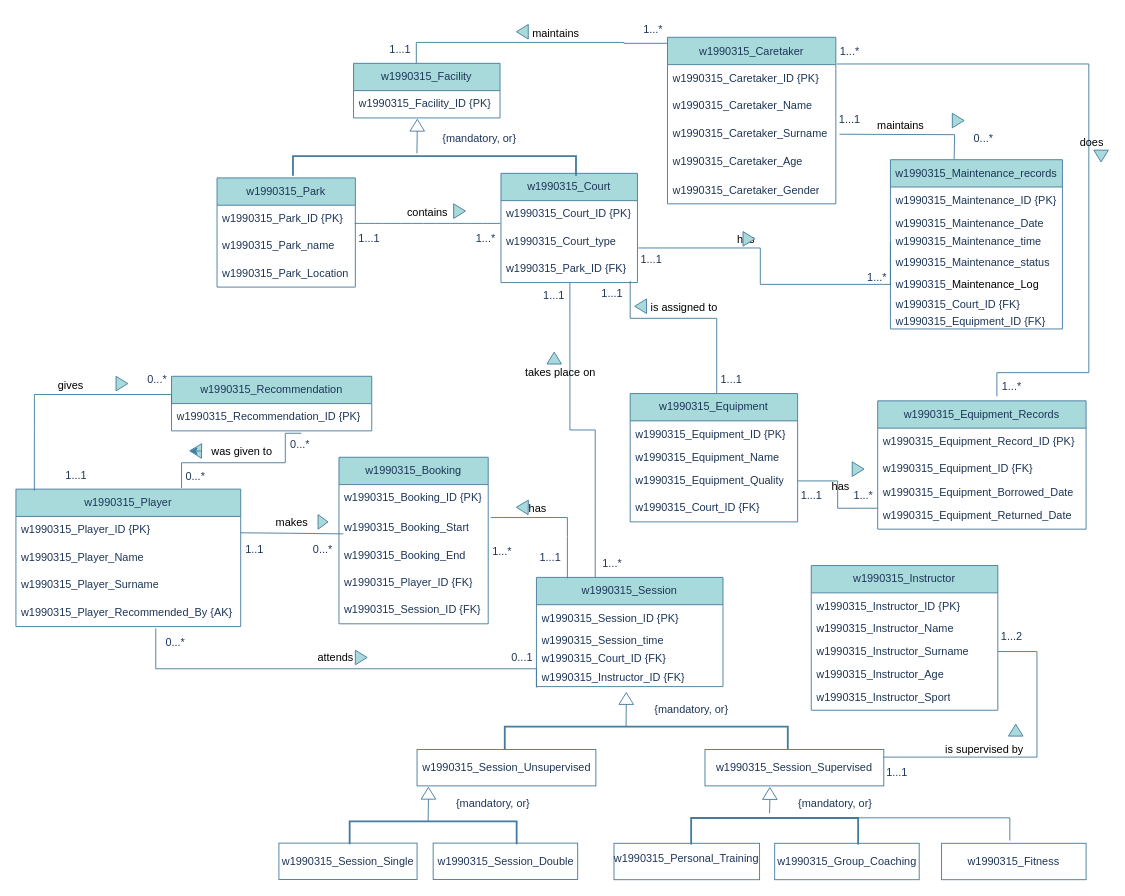
Before: page "Kopia Strona-1" (2 of 3) of DB_cwk.drawio in frajdzia/DB_cwk, a draw.io diagram. Source tidied: cells renumbered, new cells numbered last; positions are measured from the earlier drawing's top-left corner, leaving out a move shared by most shapes. Both pictures are drawn from the tidied source at 91%, with x=0, y=0 at pixel (15, 15).
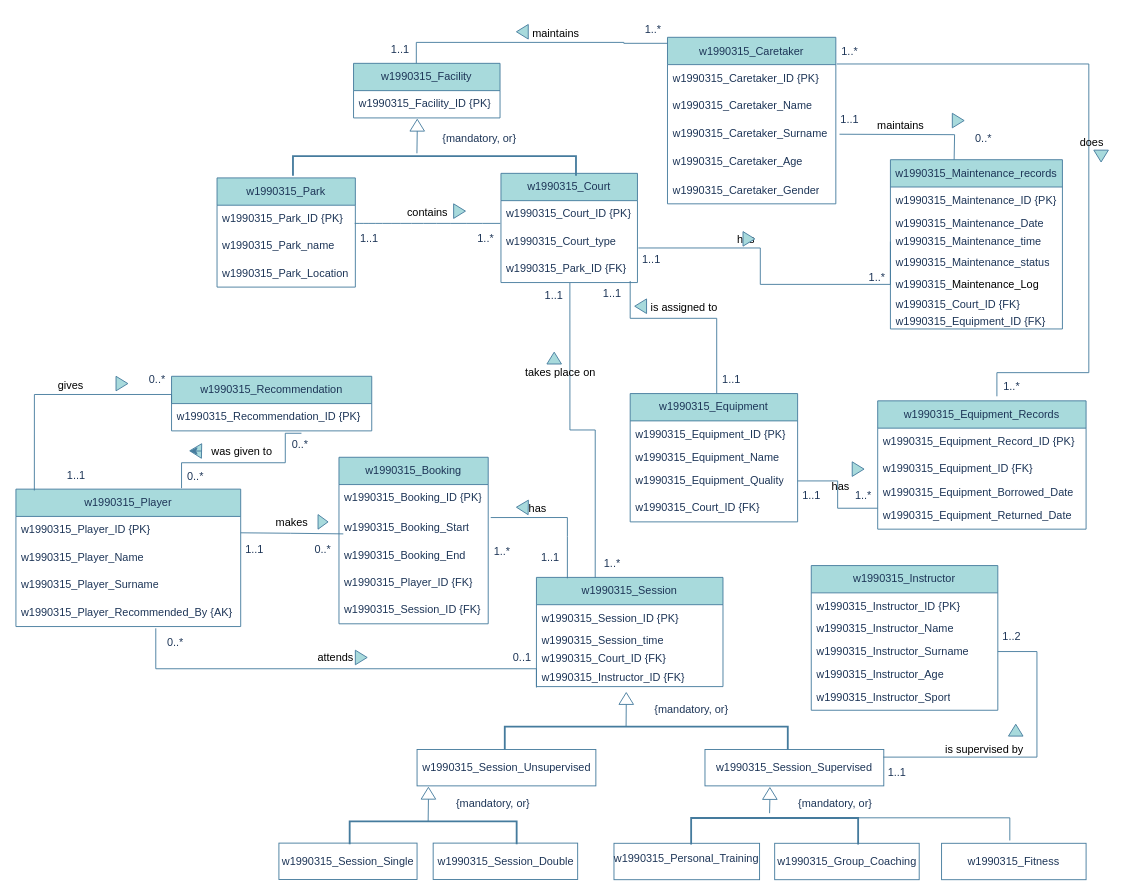
After the change.

The edit, as a diff of the source:
```diff
@@
-    <mxCell id="92" value="1...1" style="text;html=1;align=center;verticalAlign=middle;whiteSpace=wrap;rounded=0;labelBackgroundColor=none;fontColor=#1D3557;" parent="1" vertex="1">
+    <mxCell id="92" value="1..1" style="text;html=1;align=center;verticalAlign=middle;whiteSpace=wrap;rounded=0;labelBackgroundColor=none;fontColor=#1D3557;" parent="1" vertex="1">
       <mxGeometry x="373" y="230" width="31" height="30" as="geometry" />
     </mxCell>
-    <mxCell id="93" value="1...*" style="text;html=1;align=center;verticalAlign=middle;whiteSpace=wrap;rounded=0;labelBackgroundColor=none;fontColor=#1D3557;" parent="1" vertex="1">
+    <mxCell id="93" value="1..*" style="text;html=1;align=center;verticalAlign=middle;whiteSpace=wrap;rounded=0;labelBackgroundColor=none;fontColor=#1D3557;" parent="1" vertex="1">
       <mxGeometry x="501" y="230" width="31" height="30" as="geometry" />
     </mxCell>
-    <mxCell id="94" value="1...*" style="text;html=1;align=center;verticalAlign=middle;whiteSpace=wrap;rounded=0;labelBackgroundColor=none;fontColor=#1D3557;" parent="1" vertex="1">
+    <mxCell id="94" value="1..*" style="text;html=1;align=center;verticalAlign=middle;whiteSpace=wrap;rounded=0;labelBackgroundColor=none;fontColor=#1D3557;" parent="1" vertex="1">
       <mxGeometry x="640" y="587" width="31" height="30" as="geometry" />
     </mxCell>
-    <mxCell id="95" value="1...1" style="text;html=1;align=center;verticalAlign=middle;whiteSpace=wrap;rounded=0;labelBackgroundColor=none;fontColor=#1D3557;" parent="1" vertex="1">
+    <mxCell id="95" value="1..1" style="text;html=1;align=center;verticalAlign=middle;whiteSpace=wrap;rounded=0;labelBackgroundColor=none;fontColor=#1D3557;" parent="1" vertex="1">
       <mxGeometry x="576" y="293" width="31" height="30" as="geometry" />
     </mxCell>
-    <mxCell id="96" value="1...*" style="text;html=1;align=center;verticalAlign=middle;whiteSpace=wrap;rounded=0;labelBackgroundColor=none;fontColor=#1D3557;" parent="1" vertex="1">
+    <mxCell id="96" value="1..*" style="text;html=1;align=center;verticalAlign=middle;whiteSpace=wrap;rounded=0;labelBackgroundColor=none;fontColor=#1D3557;" parent="1" vertex="1">
       <mxGeometry x="519" y="574" width="31" height="30" as="geometry" />
     </mxCell>
-    <mxCell id="97" value="0...*" style="text;html=1;align=center;verticalAlign=middle;whiteSpace=wrap;rounded=0;labelBackgroundColor=none;fontColor=#1D3557;" parent="1" vertex="1">
+    <mxCell id="97" value="0..*" style="text;html=1;align=center;verticalAlign=middle;whiteSpace=wrap;rounded=0;labelBackgroundColor=none;fontColor=#1D3557;" parent="1" vertex="1">
       <mxGeometry x="160" y="674" width="31" height="30" as="geometry" />
     </mxCell>
-    <mxCell id="98" value="0...1" style="text;html=1;align=center;verticalAlign=middle;whiteSpace=wrap;rounded=0;labelBackgroundColor=none;fontColor=#1D3557;" parent="1" vertex="1">
+    <mxCell id="98" value="0..1" style="text;html=1;align=center;verticalAlign=middle;whiteSpace=wrap;rounded=0;labelBackgroundColor=none;fontColor=#1D3557;" parent="1" vertex="1">
       <mxGeometry x="541" y="690" width="31" height="30" as="geometry" />
     </mxCell>
@@
-    <mxCell id="100" value="0...*" style="text;html=1;align=center;verticalAlign=middle;whiteSpace=wrap;rounded=0;labelBackgroundColor=none;fontColor=#1D3557;" parent="1" vertex="1">
+    <mxCell id="100" value="0..*" style="text;html=1;align=center;verticalAlign=middle;whiteSpace=wrap;rounded=0;labelBackgroundColor=none;fontColor=#1D3557;" parent="1" vertex="1">
       <mxGeometry x="322" y="572" width="31" height="30" as="geometry" />
     </mxCell>
-    <mxCell id="101" value="0...*" style="text;html=1;align=center;verticalAlign=middle;whiteSpace=wrap;rounded=0;labelBackgroundColor=none;fontColor=#1D3557;" parent="1" vertex="1">
+    <mxCell id="101" value="0..*" style="text;html=1;align=center;verticalAlign=middle;whiteSpace=wrap;rounded=0;labelBackgroundColor=none;fontColor=#1D3557;" parent="1" vertex="1">
       <mxGeometry x="182" y="491" width="31" height="30" as="geometry" />
     </mxCell>
-    <mxCell id="102" value="0...*" style="text;html=1;align=center;verticalAlign=middle;whiteSpace=wrap;rounded=0;labelBackgroundColor=none;fontColor=#1D3557;" parent="1" vertex="1">
+    <mxCell id="102" value="0..*" style="text;html=1;align=center;verticalAlign=middle;whiteSpace=wrap;rounded=0;labelBackgroundColor=none;fontColor=#1D3557;" parent="1" vertex="1">
       <mxGeometry x="297" y="455.5" width="31" height="30" as="geometry" />
     </mxCell>
-    <mxCell id="103" value="0...*" style="text;html=1;align=center;verticalAlign=middle;whiteSpace=wrap;rounded=0;labelBackgroundColor=none;fontColor=#1D3557;" parent="1" vertex="1">
+    <mxCell id="103" value="0..*" style="text;html=1;align=center;verticalAlign=middle;whiteSpace=wrap;rounded=0;labelBackgroundColor=none;fontColor=#1D3557;" parent="1" vertex="1">
       <mxGeometry x="140" y="385" width="31" height="30" as="geometry" />
     </mxCell>
-    <mxCell id="104" value="1...1" style="text;html=1;align=center;verticalAlign=middle;whiteSpace=wrap;rounded=0;labelBackgroundColor=none;fontColor=#1D3557;" parent="1" vertex="1">
+    <mxCell id="104" value="1..1" style="text;html=1;align=center;verticalAlign=middle;whiteSpace=wrap;rounded=0;labelBackgroundColor=none;fontColor=#1D3557;" parent="1" vertex="1">
       <mxGeometry x="51" y="490" width="31" height="30" as="geometry" />
     </mxCell>
-    <mxCell id="105" value="1...1" style="text;html=1;align=center;verticalAlign=middle;whiteSpace=wrap;rounded=0;labelBackgroundColor=none;fontColor=#1D3557;" parent="1" vertex="1">
+    <mxCell id="105" value="1..1" style="text;html=1;align=center;verticalAlign=middle;whiteSpace=wrap;rounded=0;labelBackgroundColor=none;fontColor=#1D3557;" parent="1" vertex="1">
       <mxGeometry x="407" y="22.1" width="31" height="30" as="geometry" />
     </mxCell>
-    <mxCell id="106" value="1...*" style="text;html=1;align=center;verticalAlign=middle;whiteSpace=wrap;rounded=0;labelBackgroundColor=none;fontColor=#1D3557;" parent="1" vertex="1">
+    <mxCell id="106" value="1..*" style="text;html=1;align=center;verticalAlign=middle;whiteSpace=wrap;rounded=0;labelBackgroundColor=none;fontColor=#1D3557;" parent="1" vertex="1">
       <mxGeometry x="685" y="-0.4" width="31" height="30" as="geometry" />
     </mxCell>
-    <mxCell id="107" value="1...1" style="text;html=1;align=center;verticalAlign=middle;whiteSpace=wrap;rounded=0;labelBackgroundColor=none;fontColor=#1D3557;" parent="1" vertex="1">
+    <mxCell id="107" value="1..1" style="text;html=1;align=center;verticalAlign=middle;whiteSpace=wrap;rounded=0;labelBackgroundColor=none;fontColor=#1D3557;" parent="1" vertex="1">
       <mxGeometry x="771" y="385" width="31" height="30" as="geometry" />
     </mxCell>
-    <mxCell id="108" value="1...1" style="text;html=1;align=center;verticalAlign=middle;whiteSpace=wrap;rounded=0;labelBackgroundColor=none;fontColor=#1D3557;" parent="1" vertex="1">
+    <mxCell id="108" value="1..1" style="text;html=1;align=center;verticalAlign=middle;whiteSpace=wrap;rounded=0;labelBackgroundColor=none;fontColor=#1D3557;" parent="1" vertex="1">
       <mxGeometry x="640" y="290" width="31" height="30" as="geometry" />
     </mxCell>
-    <mxCell id="109" value="1...1" style="text;html=1;align=center;verticalAlign=middle;whiteSpace=wrap;rounded=0;labelBackgroundColor=none;fontColor=#1D3557;" parent="1" vertex="1">
+    <mxCell id="109" value="1..1" style="text;html=1;align=center;verticalAlign=middle;whiteSpace=wrap;rounded=0;labelBackgroundColor=none;fontColor=#1D3557;" parent="1" vertex="1">
       <mxGeometry x="683" y="253" width="31" height="30" as="geometry" />
     </mxCell>
-    <mxCell id="110" value="1...*" style="text;html=1;align=center;verticalAlign=middle;whiteSpace=wrap;rounded=0;labelBackgroundColor=none;fontColor=#1D3557;" parent="1" vertex="1">
+    <mxCell id="110" value="1..*" style="text;html=1;align=center;verticalAlign=middle;whiteSpace=wrap;rounded=0;labelBackgroundColor=none;fontColor=#1D3557;" parent="1" vertex="1">
       <mxGeometry x="931" y="273" width="31" height="30" as="geometry" />
     </mxCell>
-    <mxCell id="111" value="1...1" style="text;html=1;align=center;verticalAlign=middle;whiteSpace=wrap;rounded=0;labelBackgroundColor=none;fontColor=#1D3557;" parent="1" vertex="1">
+    <mxCell id="111" value="1..1" style="text;html=1;align=center;verticalAlign=middle;whiteSpace=wrap;rounded=0;labelBackgroundColor=none;fontColor=#1D3557;" parent="1" vertex="1">
       <mxGeometry x="953.2" y="816.5" width="31" height="30" as="geometry" />
     </mxCell>
-    <mxCell id="112" value="1...2" style="text;html=1;align=center;verticalAlign=middle;whiteSpace=wrap;rounded=0;labelBackgroundColor=none;fontColor=#1D3557;" parent="1" vertex="1">
+    <mxCell id="112" value="1..2" style="text;html=1;align=center;verticalAlign=middle;whiteSpace=wrap;rounded=0;labelBackgroundColor=none;fontColor=#1D3557;" parent="1" vertex="1">
       <mxGeometry x="1079" y="667" width="31" height="30" as="geometry" />
     </mxCell>
-    <mxCell id="113" value="1...*" style="text;html=1;align=center;verticalAlign=middle;whiteSpace=wrap;rounded=0;labelBackgroundColor=none;fontColor=#1D3557;" parent="1" vertex="1">
+    <mxCell id="113" value="1..*" style="text;html=1;align=center;verticalAlign=middle;whiteSpace=wrap;rounded=0;labelBackgroundColor=none;fontColor=#1D3557;" parent="1" vertex="1">
       <mxGeometry x="1079" y="393" width="31" height="30" as="geometry" />
     </mxCell>
-    <mxCell id="114" value="1...*" style="text;html=1;align=center;verticalAlign=middle;whiteSpace=wrap;rounded=0;labelBackgroundColor=none;fontColor=#1D3557;" parent="1" vertex="1">
+    <mxCell id="114" value="1..*" style="text;html=1;align=center;verticalAlign=middle;whiteSpace=wrap;rounded=0;labelBackgroundColor=none;fontColor=#1D3557;" parent="1" vertex="1">
       <mxGeometry x="901" y="23.5" width="31" height="30" as="geometry" />
     </mxCell>
-    <mxCell id="115" value="1...1" style="text;html=1;align=center;verticalAlign=middle;whiteSpace=wrap;rounded=0;labelBackgroundColor=none;fontColor=#1D3557;" parent="1" vertex="1">
+    <mxCell id="115" value="1..1" style="text;html=1;align=center;verticalAlign=middle;whiteSpace=wrap;rounded=0;labelBackgroundColor=none;fontColor=#1D3557;" parent="1" vertex="1">
       <mxGeometry x="901" y="99" width="31" height="30" as="geometry" />
     </mxCell>
-    <mxCell id="116" value="0...*" style="text;html=1;align=center;verticalAlign=middle;whiteSpace=wrap;rounded=0;labelBackgroundColor=none;fontColor=#1D3557;" parent="1" vertex="1">
+    <mxCell id="116" value="0..*" style="text;html=1;align=center;verticalAlign=middle;whiteSpace=wrap;rounded=0;labelBackgroundColor=none;fontColor=#1D3557;" parent="1" vertex="1">
       <mxGeometry x="1048" y="120.1" width="31" height="30" as="geometry" />
     </mxCell>
-    <mxCell id="117" value="1...1" style="text;html=1;align=center;verticalAlign=middle;whiteSpace=wrap;rounded=0;labelBackgroundColor=none;fontColor=#1D3557;" parent="1" vertex="1">
+    <mxCell id="117" value="1..1" style="text;html=1;align=center;verticalAlign=middle;whiteSpace=wrap;rounded=0;labelBackgroundColor=none;fontColor=#1D3557;" parent="1" vertex="1">
       <mxGeometry x="859" y="512" width="31" height="30" as="geometry" />
     </mxCell>
-    <mxCell id="118" value="1...*" style="text;html=1;align=center;verticalAlign=middle;whiteSpace=wrap;rounded=0;labelBackgroundColor=none;fontColor=#1D3557;" parent="1" vertex="1">
+    <mxCell id="118" value="1..*" style="text;html=1;align=center;verticalAlign=middle;whiteSpace=wrap;rounded=0;labelBackgroundColor=none;fontColor=#1D3557;" parent="1" vertex="1">
       <mxGeometry x="916" y="512" width="31" height="30" as="geometry" />
     </mxCell>
-    <mxCell id="119" value="1...1" style="text;html=1;align=center;verticalAlign=middle;whiteSpace=wrap;rounded=0;labelBackgroundColor=none;fontColor=#1D3557;" parent="1" vertex="1">
+    <mxCell id="119" value="1..1" style="text;html=1;align=center;verticalAlign=middle;whiteSpace=wrap;rounded=0;labelBackgroundColor=none;fontColor=#1D3557;" parent="1" vertex="1">
       <mxGeometry x="572" y="581" width="31" height="30" as="geometry" />
     </mxCell>
```
